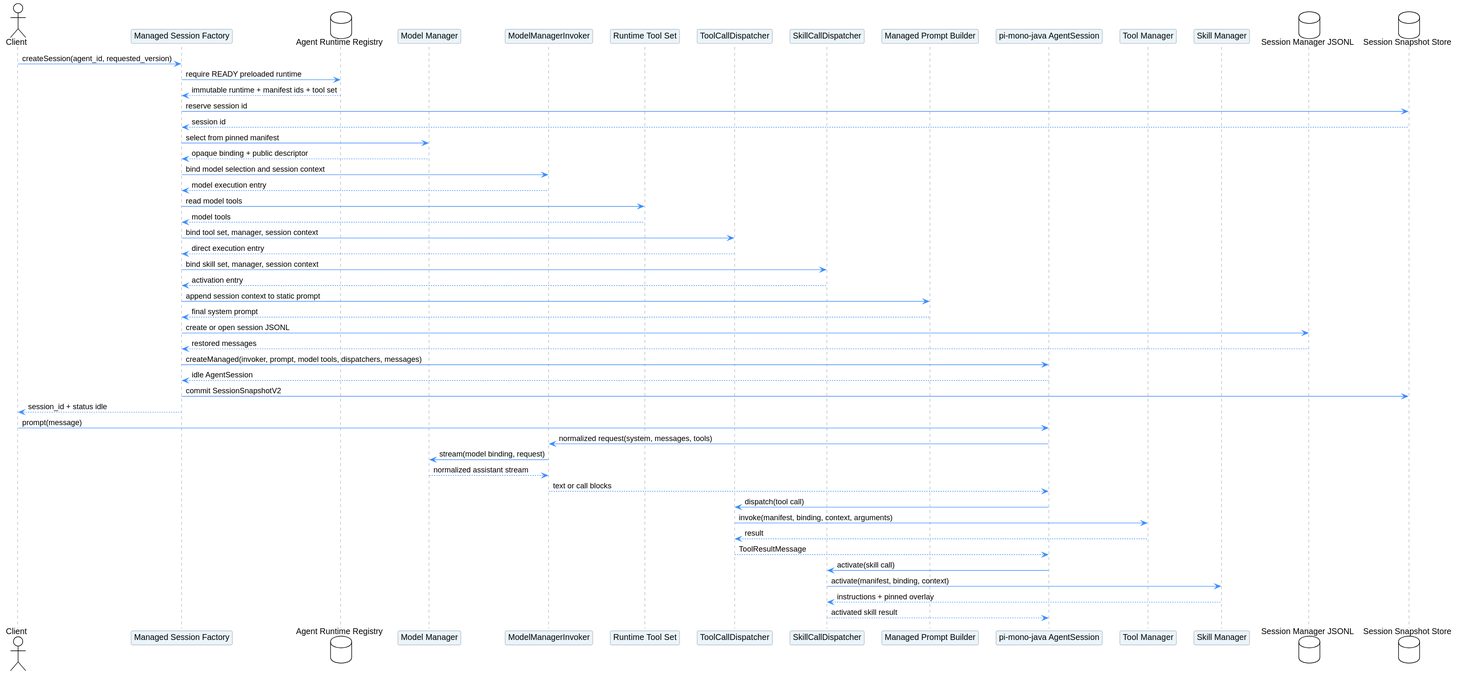
The PlantUML diagram managed-agent-session/pi_session_creation.svg in superheromeZzh/pi-mono-java-design, before a commit.
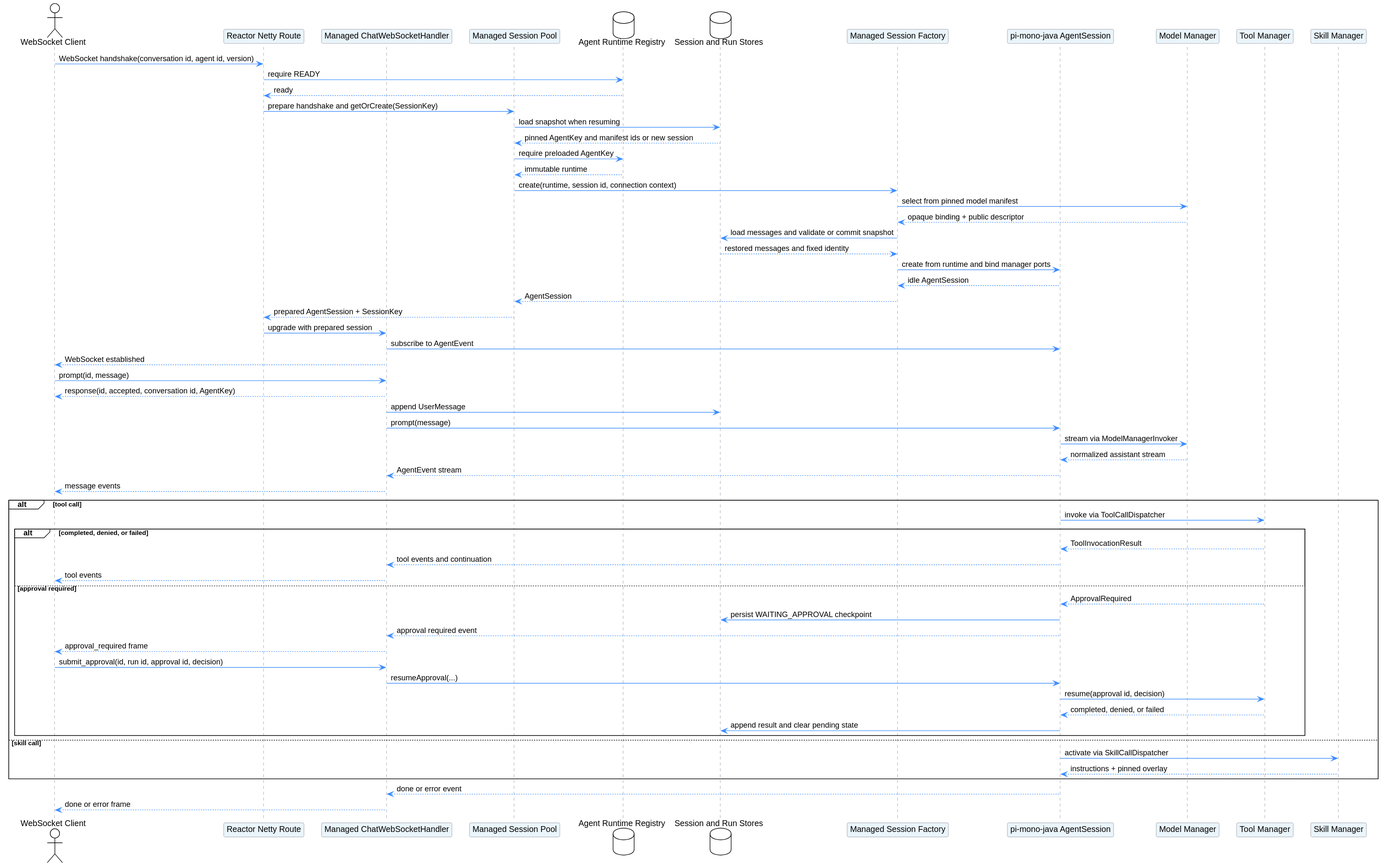
After the commit.

Commit message:
docs(agent): scope managed runtime design to WebSocket

Change to the diagram source:
```diff
@@ -8,56 +8,70 @@
 skinparam sequenceParticipantBackgroundColor #EAF5FB
 skinparam sequenceLifeLineBorderColor #B8BCC4
 
-actor Client
+actor "WebSocket Client" as Client
+participant "Reactor Netty Route" as Route
+participant "Managed ChatWebSocketHandler" as Handler
+participant "Managed Session Pool" as Pool
+database "Agent Runtime Registry" as Registry
+database "Session and Run Stores" as Store
 participant "Managed Session Factory" as Factory
-database "Agent Runtime Registry" as Registry
+participant "pi-mono-java AgentSession" as JavaSession
 participant "Model Manager" as ModelManager
-participant "ModelManagerInvoker" as ModelInvoker
-participant "Runtime Tool Set" as ToolSet
-participant "ToolCallDispatcher" as Dispatcher
-participant "SkillCallDispatcher" as SkillDispatcher
-participant "Managed Prompt Builder" as Prompt
-participant "pi-mono-java AgentSession" as JavaSession
 participant "Tool Manager" as ToolManager
 participant "Skill Manager" as SkillManager
-database "Session Manager JSONL" as History
-database "Session Snapshot Store" as Store
 
-Client -> Factory: createSession(agent_id, requested_version)
-Factory -> Registry: require READY preloaded runtime
-Registry --> Factory: immutable runtime + manifest ids + tool set
-Factory -> Store: reserve session id
-Store --> Factory: session id
-Factory -> ModelManager: select from pinned manifest
+Client -> Route: WebSocket handshake(conversation id, agent id, version)
+Route -> Registry: require READY
+Registry --> Route: ready
+Route -> Pool: prepare handshake and getOrCreate(SessionKey)
+Pool -> Store: load snapshot when resuming
+Store --> Pool: pinned AgentKey and manifest ids or new session
+Pool -> Registry: require preloaded AgentKey
+Registry --> Pool: immutable runtime
+Pool -> Factory: create(runtime, session id, connection context)
+Factory -> ModelManager: select from pinned model manifest
 ModelManager --> Factory: opaque binding + public descriptor
-Factory -> ModelInvoker: bind model selection and session context
-ModelInvoker --> Factory: model execution entry
-Factory -> ToolSet: read model tools
-ToolSet --> Factory: model tools
-Factory -> Dispatcher: bind tool set, manager, session context
-Dispatcher --> Factory: direct execution entry
-Factory -> SkillDispatcher: bind skill set, manager, session context
-SkillDispatcher --> Factory: activation entry
-Factory -> Prompt: append session context to static prompt
-Prompt --> Factory: final system prompt
-Factory -> History: create or open session JSONL
-History --> Factory: restored messages
-Factory -> JavaSession: createManaged(invoker, prompt, model tools, dispatchers, messages)
+Factory -> Store: load messages and validate or commit snapshot
+Store --> Factory: restored messages and fixed identity
+Factory -> JavaSession: create from runtime and bind manager ports
 JavaSession --> Factory: idle AgentSession
-Factory -> Store: commit SessionSnapshotV2
-Factory --> Client: session_id + status idle
+Factory --> Pool: AgentSession
+Pool --> Route: prepared AgentSession + SessionKey
+Route -> Handler: upgrade with prepared session
+Handler -> JavaSession: subscribe to AgentEvent
+Handler --> Client: WebSocket established
 
-Client -> JavaSession: prompt(message)
-JavaSession -> ModelInvoker: normalized request(system, messages, tools)
-ModelInvoker -> ModelManager: stream(model binding, request)
-ModelManager --> ModelInvoker: normalized assistant stream
-ModelInvoker --> JavaSession: text or call blocks
-JavaSession -> Dispatcher: dispatch(tool call)
-Dispatcher -> ToolManager: invoke(manifest, binding, context, arguments)
-ToolManager --> Dispatcher: result
-Dispatcher --> JavaSession: ToolResultMessage
-JavaSession -> SkillDispatcher: activate(skill call)
-SkillDispatcher -> SkillManager: activate(manifest, binding, context)
-SkillManager --> SkillDispatcher: instructions + pinned overlay
-SkillDispatcher --> JavaSession: activated skill result
+Client -> Handler: prompt(id, message)
+Handler --> Client: response(id, accepted, conversation id, AgentKey)
+Handler -> Store: append UserMessage
+Handler -> JavaSession: prompt(message)
+JavaSession -> ModelManager: stream via ModelManagerInvoker
+ModelManager --> JavaSession: normalized assistant stream
+JavaSession --> Handler: AgentEvent stream
+Handler --> Client: message events
+
+alt tool call
+  JavaSession -> ToolManager: invoke via ToolCallDispatcher
+  alt completed, denied, or failed
+    ToolManager --> JavaSession: ToolInvocationResult
+    JavaSession --> Handler: tool events and continuation
+    Handler --> Client: tool events
+  else approval required
+    ToolManager --> JavaSession: ApprovalRequired
+    JavaSession -> Store: persist WAITING_APPROVAL checkpoint
+    JavaSession --> Handler: approval required event
+    Handler --> Client: approval_required frame
+    Client -> Handler: submit_approval(id, run id, approval id, decision)
+    Handler -> JavaSession: resumeApproval(...)
+    JavaSession -> ToolManager: resume(approval id, decision)
+    ToolManager --> JavaSession: completed, denied, or failed
+    JavaSession -> Store: append result and clear pending state
+  end
+else skill call
+  JavaSession -> SkillManager: activate via SkillCallDispatcher
+  SkillManager --> JavaSession: instructions + pinned overlay
+end
+
+JavaSession --> Handler: done or error event
+Handler --> Client: done or error frame
 @enduml
```
